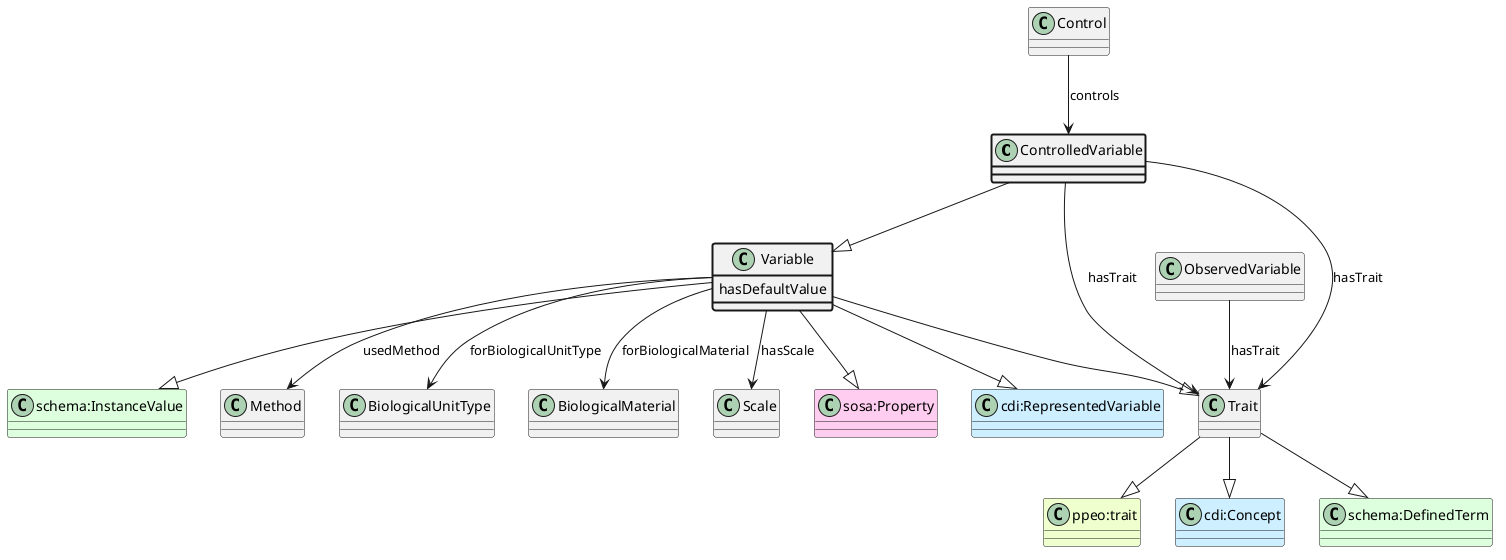
Before: ttl_uml/ttl_appn_ControlledVariable.png, a diagram exported from PlantUML (aus-plant-phenomics-network/appn-schema).
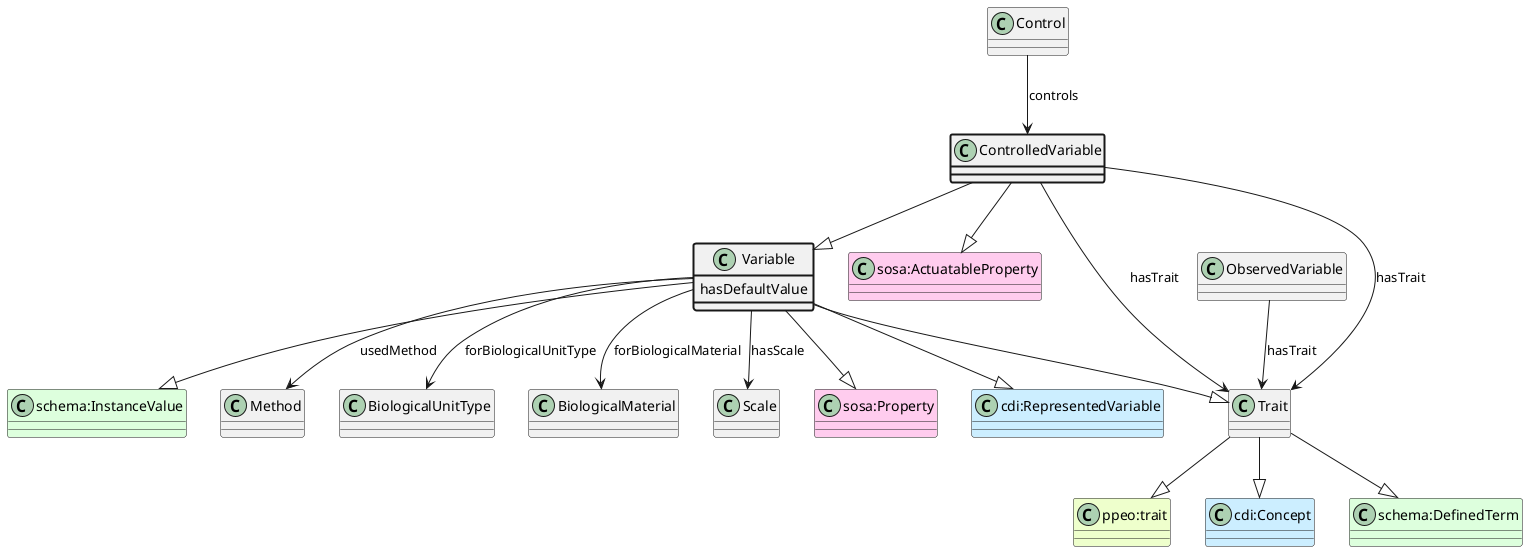
The same diagram one commit later.

What changed in the source:
```diff
@@ -1,5 +1,7 @@
 @startuml
 class ControlledVariable  #line.bold
+class "sosa:ActuatableProperty" #FFCCEE
+ControlledVariable --|> "sosa:ActuatableProperty"
 class Variable
 class Trait
 class "ppeo:trait" #EEFFCC
```
